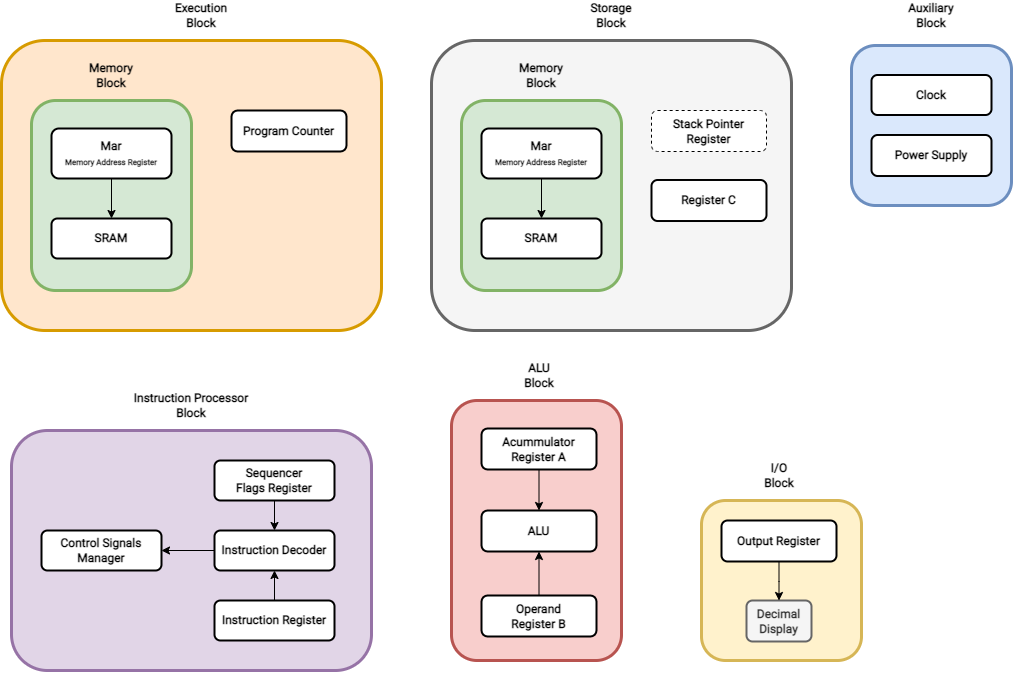
Earlier version of the draw.io export img/mycpu/diagrams/myCPU_functional_blocks_draw.png (mylabpcb/myCPU). Source tidied: cells renumbered, new cells last; positions are measured from the earlier drawing's top-left corner, leaving out a move shared by most shapes.
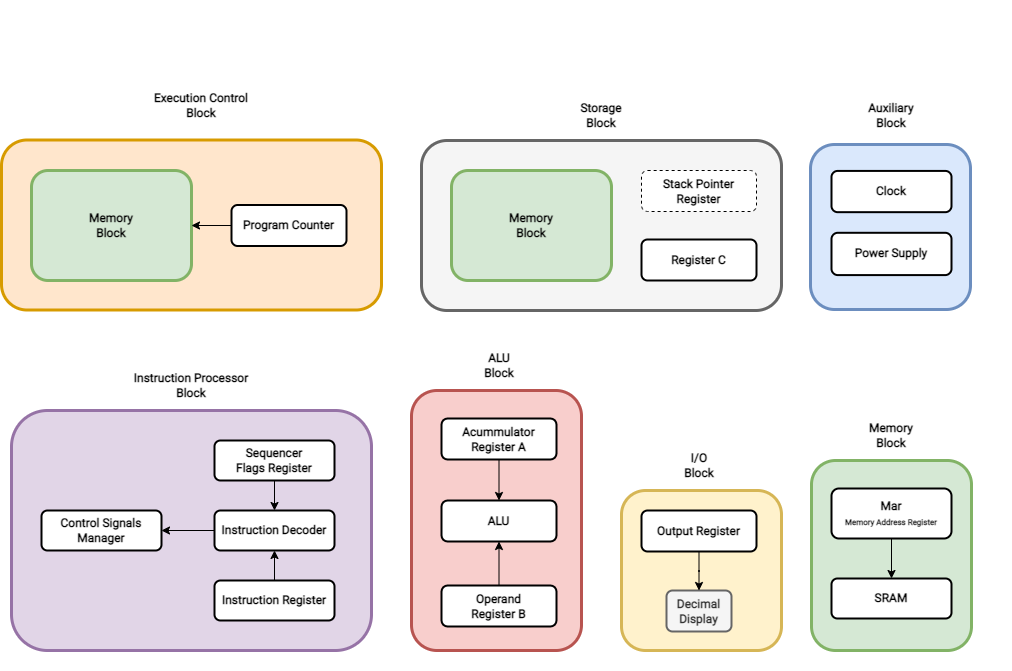
After the change.

Commit message:
Updated mycpu diagrams

Diff of the diagram source:
```diff
@@ -2,10 +2,13 @@
   <root>
     <mxCell id="0" />
     <mxCell id="1" parent="0" />
+    <mxCell id="57" style="group;" parent="1" vertex="1">
+      <mxGeometry y="-20" width="1010" height="670" as="geometry" />
+    </mxCell>
-    <mxCell id="2" style="group;strokeWidth=3;" parent="1" vertex="1">
-      <mxGeometry x="450" y="360" width="170" height="300" as="geometry" />
+    <mxCell id="2" style="group;strokeWidth=3;" parent="57" vertex="1">
+      <mxGeometry x="410" y="350" width="170" height="300" as="geometry" />
     </mxCell>
-    <mxCell id="3" style="rounded=1;whiteSpace=wrap;html=1;fontFamily=Roboto;fontSource=https%3A%2F%2Ffonts.googleapis.com%2Fcss%3Ffamily%3DRoboto;fillColor=#f8cecc;strokeColor=#b85450;strokeWidth=3;" parent="2" vertex="1">
+    <mxCell id="3" style="rounded=1;whiteSpace=wrap;html=1;fontFamily=Roboto;fontSource=https%3A%2F%2Ffonts.googleapis.com%2Fcss%3Ffamily%3DRoboto;strokeWidth=3;fillColor=#f8cecc;strokeColor=#b85450;" parent="2" vertex="1">
       <mxGeometry y="40" width="170" height="260" as="geometry" />
     </mxCell>
     <mxCell id="4" value="Operand&lt;br&gt;Register B" style="rounded=1;whiteSpace=wrap;html=1;fontSize=12;glass=0;strokeWidth=2;shadow=0;fontFamily=Roboto;fontStyle=1;fontSource=https%3A%2F%2Ffonts.googleapis.com%2Fcss%3Ffamily%3DRoboto;" parent="2" vertex="1">
@@ -26,66 +29,8 @@
     <mxCell id="9" value="ALU&lt;br&gt;Block" style="text;html=1;strokeColor=none;fillColor=none;align=center;verticalAlign=middle;whiteSpace=wrap;rounded=0;fontFamily=Roboto;fontSource=https%3A%2F%2Ffonts.googleapis.com%2Fcss%3Ffamily%3DRoboto;fontStyle=1;" parent="2" vertex="1">
       <mxGeometry x="57.5" width="60" height="30" as="geometry" />
     </mxCell>
-    <mxCell id="10" style="group;" parent="1" vertex="1">
-      <mxGeometry x="700" y="460" width="160" height="200" as="geometry" />
-    </mxCell>
-    <mxCell id="11" style="rounded=1;whiteSpace=wrap;html=1;fontFamily=Roboto;fontSource=https%3A%2F%2Ffonts.googleapis.com%2Fcss%3Ffamily%3DRoboto;fillColor=#fff2cc;strokeColor=#d6b656;strokeWidth=3;" parent="10" vertex="1">
-      <mxGeometry y="40" width="160" height="160" as="geometry" />
-    </mxCell>
-    <mxCell id="12" value="Output Register" style="rounded=1;whiteSpace=wrap;html=1;fontSize=12;glass=0;strokeWidth=2;shadow=0;fontFamily=Roboto;fontStyle=1;fontSource=https%3A%2F%2Ffonts.googleapis.com%2Fcss%3Ffamily%3DRoboto;" parent="10" vertex="1">
-      <mxGeometry x="20" y="60" width="115" height="41" as="geometry" />
-    </mxCell>
-    <mxCell id="13" value="Decimal Display" style="rounded=1;whiteSpace=wrap;html=1;fontSize=12;glass=0;strokeWidth=2;shadow=0;fontFamily=Roboto;fontStyle=1;fontSource=https%3A%2F%2Ffonts.googleapis.com%2Fcss%3Ffamily%3DRoboto;fillColor=#f5f5f5;fontColor=#333333;strokeColor=#666666;" parent="10" vertex="1">
-      <mxGeometry x="45" y="140" width="65" height="41" as="geometry" />
-    </mxCell>
-    <mxCell id="14" style="edgeStyle=orthogonalEdgeStyle;rounded=0;jettySize=auto;html=1;fontFamily=Roboto;fontSource=https%3A%2F%2Ffonts.googleapis.com%2Fcss%3Ffamily%3DRoboto;" parent="10" edge="1" source="12" target="13">
-      <mxGeometry relative="1" as="geometry" />
-    </mxCell>
-    <mxCell id="15" value="I/O&lt;br&gt;Block" style="text;html=1;strokeColor=none;fillColor=none;align=center;verticalAlign=middle;whiteSpace=wrap;rounded=0;fontFamily=Roboto;fontSource=https%3A%2F%2Ffonts.googleapis.com%2Fcss%3Ffamily%3DRoboto;fontStyle=1;" parent="10" vertex="1">
-      <mxGeometry x="47.5" width="60" height="30" as="geometry" />
-    </mxCell>
-    <mxCell id="16" style="group;" parent="1" vertex="1">
-      <mxGeometry width="380" height="330" as="geometry" />
-    </mxCell>
-    <mxCell id="17" style="rounded=1;whiteSpace=wrap;html=1;fontFamily=Roboto;fontSource=https%3A%2F%2Ffonts.googleapis.com%2Fcss%3Ffamily%3DRoboto;strokeWidth=3;fillColor=#ffe6cc;strokeColor=#d79b00;" parent="16" vertex="1">
-      <mxGeometry y="40" width="380" height="290" as="geometry" />
-    </mxCell>
-    <mxCell id="18" style="group;strokeWidth=3;" parent="16" vertex="1">
-      <mxGeometry x="30" y="60" width="160" height="230" as="geometry" />
-    </mxCell>
-    <mxCell id="19" style="edgeStyle=orthogonalEdgeStyle;rounded=0;jettySize=auto;html=1;startArrow=oval;fillColor=#d5e8d4;strokeColor=#82b366;entryX=0.5;entryY=0;entryDx=0;entryDy=0;strokeWidth=3;endArrow=block;endFill=1;startFill=1;" parent="18" edge="1" target="23">
-      <mxGeometry relative="1" as="geometry">
-        <mxPoint x="80" y="70" as="sourcePoint" />
-      </mxGeometry>
-    </mxCell>
-    <mxCell id="20" value="Memory&lt;br&gt;Address" style="edgeLabel;html=1;align=center;verticalAlign=middle;fontSize=8;fontFamily=Roboto;fontSource=https%3A%2F%2Ffonts.googleapis.com%2Fcss%3Ffamily%3DRoboto;" parent="19" vertex="1">
-      <mxGeometry x="-0.44" y="-7" relative="1" as="geometry">
-        <mxPoint x="39" y="9" as="offset" />
-      </mxGeometry>
-    </mxCell>
-    <mxCell id="21" style="rounded=1;whiteSpace=wrap;html=1;fillColor=#d5e8d4;strokeColor=#82b366;strokeWidth=3;" parent="18" vertex="1">
-      <mxGeometry y="40" width="160" height="190" as="geometry" />
-    </mxCell>
-    <mxCell id="22" value="Mar&lt;br&gt;&lt;font style=&quot;font-size: 8px&quot;&gt;Memory Address Register&lt;/font&gt;" style="rounded=1;whiteSpace=wrap;fontSize=12;glass=0;strokeWidth=2;shadow=0;fontFamily=Roboto;html=1;fontStyle=1;fontSource=https%3A%2F%2Ffonts.googleapis.com%2Fcss%3Ffamily%3DRoboto;" parent="18" vertex="1">
-      <mxGeometry x="20" y="68" width="120" height="50" as="geometry" />
-    </mxCell>
-    <mxCell id="23" value="SRAM" style="rounded=1;whiteSpace=wrap;html=1;fontSize=12;glass=0;strokeWidth=2;shadow=0;fontFamily=Roboto;fontStyle=1;fontSource=https%3A%2F%2Ffonts.googleapis.com%2Fcss%3Ffamily%3DRoboto;" parent="18" vertex="1">
-      <mxGeometry x="20" y="158" width="120" height="40" as="geometry" />
-    </mxCell>
-    <mxCell id="24" style="edgeStyle=orthogonalEdgeStyle;rounded=0;jettySize=auto;html=1;" parent="18" edge="1" source="22" target="23">
-      <mxGeometry relative="1" as="geometry" />
-    </mxCell>
-    <mxCell id="25" value="Memory&lt;br&gt;Block" style="text;html=1;strokeColor=none;fillColor=none;align=center;verticalAlign=middle;whiteSpace=wrap;rounded=0;fontFamily=Roboto;fontSource=https%3A%2F%2Ffonts.googleapis.com%2Fcss%3Ffamily%3DRoboto;fontStyle=1;" parent="18" vertex="1">
-      <mxGeometry x="50" width="60" height="30" as="geometry" />
-    </mxCell>
-    <mxCell id="26" value="Program Counter" style="rounded=1;whiteSpace=wrap;html=1;fontSize=12;glass=0;strokeWidth=2;shadow=0;fontFamily=Roboto;fontStyle=1;fontSource=https%3A%2F%2Ffonts.googleapis.com%2Fcss%3Ffamily%3DRoboto;" parent="16" vertex="1">
-      <mxGeometry x="230" y="110" width="115" height="41" as="geometry" />
-    </mxCell>
-    <mxCell id="27" value="Execution&lt;br&gt;Block" style="text;html=1;strokeColor=none;fillColor=none;align=center;verticalAlign=middle;whiteSpace=wrap;rounded=0;fontFamily=Roboto;fontSource=https%3A%2F%2Ffonts.googleapis.com%2Fcss%3Ffamily%3DRoboto;fontStyle=1;" parent="16" vertex="1">
-      <mxGeometry x="130" width="140" height="30" as="geometry" />
-    </mxCell>
-    <mxCell id="28" style="group;" parent="1" vertex="1">
-      <mxGeometry x="10" y="390" width="360" height="280" as="geometry" />
+    <mxCell id="28" style="group;" parent="57" vertex="1">
+      <mxGeometry x="10" y="370" width="360" height="280" as="geometry" />
     </mxCell>
     <mxCell id="29" style="rounded=1;whiteSpace=wrap;html=1;fontFamily=Roboto;fontSource=https%3A%2F%2Ffonts.googleapis.com%2Fcss%3Ffamily%3DRoboto;strokeWidth=3;fillColor=#e1d5e7;strokeColor=#9673a6;" parent="28" vertex="1">
       <mxGeometry y="40" width="360" height="240" as="geometry" />
@@ -114,66 +59,105 @@
     <mxCell id="37" value="Instruction Processor Block" style="text;html=1;strokeColor=none;fillColor=none;align=center;verticalAlign=middle;whiteSpace=wrap;rounded=0;fontFamily=Roboto;fontSource=https%3A%2F%2Ffonts.googleapis.com%2Fcss%3Ffamily%3DRoboto;fontStyle=1;" parent="28" vertex="1">
       <mxGeometry x="110" width="140" height="30" as="geometry" />
     </mxCell>
-    <mxCell id="38" style="group;" parent="1" vertex="1">
-      <mxGeometry x="430" width="360" height="360" as="geometry" />
-    </mxCell>
-    <mxCell id="39" style="rounded=1;whiteSpace=wrap;html=1;fontFamily=Roboto;fontSource=https%3A%2F%2Ffonts.googleapis.com%2Fcss%3Ffamily%3DRoboto;strokeWidth=3;fillColor=#f5f5f5;fontColor=#333333;strokeColor=#666666;" parent="38" vertex="1">
-      <mxGeometry y="40" width="360" height="290" as="geometry" />
-    </mxCell>
-    <mxCell id="40" value="Register C" style="rounded=1;whiteSpace=wrap;html=1;fontSize=12;glass=0;strokeWidth=2;shadow=0;fontFamily=Roboto;fontStyle=1;fontSource=https%3A%2F%2Ffonts.googleapis.com%2Fcss%3Ffamily%3DRoboto;" parent="38" vertex="1">
-      <mxGeometry x="220" y="179.5" width="115" height="41" as="geometry" />
-    </mxCell>
-    <mxCell id="41" value="Stack Pointer Register" style="rounded=1;whiteSpace=wrap;html=1;fontSize=12;glass=0;strokeWidth=1;shadow=0;fontFamily=Roboto;fontStyle=1;fontSource=https%3A%2F%2Ffonts.googleapis.com%2Fcss%3Ffamily%3DRoboto;dashed=1;" parent="38" vertex="1">
-      <mxGeometry x="220" y="110" width="115" height="41" as="geometry" />
-    </mxCell>
-    <mxCell id="42" value="Storage&lt;br&gt;Block" style="text;html=1;strokeColor=none;fillColor=none;align=center;verticalAlign=middle;whiteSpace=wrap;rounded=0;fontFamily=Roboto;fontSource=https%3A%2F%2Ffonts.googleapis.com%2Fcss%3Ffamily%3DRoboto;fontStyle=1;" parent="38" vertex="1">
-      <mxGeometry x="110" width="140" height="30" as="geometry" />
-    </mxCell>
-    <mxCell id="43" style="group;strokeWidth=3;" parent="38" vertex="1">
-      <mxGeometry x="30" y="60" width="160" height="230" as="geometry" />
-    </mxCell>
-    <mxCell id="44" style="edgeStyle=orthogonalEdgeStyle;rounded=0;jettySize=auto;html=1;startArrow=oval;fillColor=#d5e8d4;strokeColor=#82b366;entryX=0.5;entryY=0;entryDx=0;entryDy=0;strokeWidth=3;endArrow=block;endFill=1;startFill=1;" parent="43" edge="1" target="48">
-      <mxGeometry relative="1" as="geometry">
-        <mxPoint x="80" y="70" as="sourcePoint" />
-      </mxGeometry>
-    </mxCell>
-    <mxCell id="45" value="Memory&lt;br&gt;Address" style="edgeLabel;html=1;align=center;verticalAlign=middle;fontSize=8;fontFamily=Roboto;fontSource=https%3A%2F%2Ffonts.googleapis.com%2Fcss%3Ffamily%3DRoboto;" parent="44" vertex="1">
-      <mxGeometry x="-0.44" y="-7" relative="1" as="geometry">
-        <mxPoint x="39" y="9" as="offset" />
-      </mxGeometry>
-    </mxCell>
-    <mxCell id="46" style="rounded=1;whiteSpace=wrap;html=1;fillColor=#d5e8d4;strokeColor=#82b366;strokeWidth=3;" parent="43" vertex="1">
-      <mxGeometry y="40" width="160" height="190" as="geometry" />
-    </mxCell>
-    <mxCell id="47" value="Mar&lt;br&gt;&lt;font style=&quot;font-size: 8px&quot;&gt;Memory Address Register&lt;/font&gt;" style="rounded=1;whiteSpace=wrap;fontSize=12;glass=0;strokeWidth=2;shadow=0;fontFamily=Roboto;html=1;fontStyle=1;fontSource=https%3A%2F%2Ffonts.googleapis.com%2Fcss%3Ffamily%3DRoboto;" parent="43" vertex="1">
-      <mxGeometry x="20" y="68" width="120" height="50" as="geometry" />
-    </mxCell>
-    <mxCell id="48" value="SRAM" style="rounded=1;whiteSpace=wrap;html=1;fontSize=12;glass=0;strokeWidth=2;shadow=0;fontFamily=Roboto;fontStyle=1;fontSource=https%3A%2F%2Ffonts.googleapis.com%2Fcss%3Ffamily%3DRoboto;" parent="43" vertex="1">
-      <mxGeometry x="20" y="158" width="120" height="40" as="geometry" />
-    </mxCell>
-    <mxCell id="49" style="edgeStyle=orthogonalEdgeStyle;rounded=0;jettySize=auto;html=1;" parent="43" edge="1" source="47" target="48">
-      <mxGeometry relative="1" as="geometry" />
-    </mxCell>
-    <mxCell id="50" value="Memory&lt;br&gt;Block" style="text;html=1;strokeColor=none;fillColor=none;align=center;verticalAlign=middle;whiteSpace=wrap;rounded=0;fontFamily=Roboto;fontSource=https%3A%2F%2Ffonts.googleapis.com%2Fcss%3Ffamily%3DRoboto;fontStyle=1;" parent="43" vertex="1">
-      <mxGeometry x="50" width="60" height="30" as="geometry" />
-    </mxCell>
-    <mxCell id="51" style="group;" parent="1" vertex="1">
-      <mxGeometry x="850" width="160" height="205" as="geometry" />
+    <mxCell id="51" style="group;" parent="57" vertex="1">
+      <mxGeometry x="810" y="100" width="160" height="205" as="geometry" />
     </mxCell>
     <mxCell id="52" style="group;strokeWidth=3;" parent="51" vertex="1">
-      <mxGeometry y="45" width="160" height="160" as="geometry" />
+      <mxGeometry y="40" width="160" height="165" as="geometry" />
     </mxCell>
     <mxCell id="53" style="rounded=1;whiteSpace=wrap;html=1;fontFamily=Roboto;fontSource=https%3A%2F%2Ffonts.googleapis.com%2Fcss%3Ffamily%3DRoboto;fillColor=#dae8fc;strokeColor=#6c8ebf;strokeWidth=3;" parent="52" vertex="1">
-      <mxGeometry width="160" height="160" as="geometry" />
+      <mxGeometry x="-1" y="4" width="160" height="165" as="geometry" />
     </mxCell>
     <mxCell id="54" value="Power Supply" style="rounded=1;whiteSpace=wrap;html=1;fontSize=12;glass=0;strokeWidth=2;shadow=0;fontFamily=Roboto;fontStyle=1;fontSource=https%3A%2F%2Ffonts.googleapis.com%2Fcss%3Ffamily%3DRoboto;" parent="52" vertex="1">
-      <mxGeometry x="20" y="89.5" width="120" height="41" as="geometry" />
+      <mxGeometry x="20" y="92.3" width="120" height="42.3" as="geometry" />
     </mxCell>
     <mxCell id="55" value="Clock" style="rounded=1;whiteSpace=wrap;html=1;fontSize=12;glass=0;strokeWidth=2;shadow=0;fontFamily=Roboto;fontStyle=1;fontSource=https%3A%2F%2Ffonts.googleapis.com%2Fcss%3Ffamily%3DRoboto;" parent="52" vertex="1">
-      <mxGeometry x="20" y="29.5" width="120" height="40" as="geometry" />
+      <mxGeometry x="20" y="30.4" width="120" height="41.2" as="geometry" />
     </mxCell>
     <mxCell id="56" value="Auxiliary&lt;br&gt;Block" style="text;html=1;strokeColor=none;fillColor=none;align=center;verticalAlign=middle;whiteSpace=wrap;rounded=0;fontFamily=Roboto;fontSource=https%3A%2F%2Ffonts.googleapis.com%2Fcss%3Ffamily%3DRoboto;fontStyle=1;" parent="51" vertex="1">
       <mxGeometry x="10" width="140" height="30" as="geometry" />
     </mxCell>
+    <mxCell id="10" style="group;" parent="57" vertex="1">
+      <mxGeometry x="620" y="450" width="160" height="200" as="geometry" />
+    </mxCell>
+    <mxCell id="11" style="rounded=1;whiteSpace=wrap;html=1;fontFamily=Roboto;fontSource=https%3A%2F%2Ffonts.googleapis.com%2Fcss%3Ffamily%3DRoboto;fillColor=#fff2cc;strokeColor=#d6b656;strokeWidth=3;" parent="10" vertex="1">
+      <mxGeometry y="40" width="160" height="160" as="geometry" />
+    </mxCell>
+    <mxCell id="12" value="Output Register" style="rounded=1;whiteSpace=wrap;html=1;fontSize=12;glass=0;strokeWidth=2;shadow=0;fontFamily=Roboto;fontStyle=1;fontSource=https%3A%2F%2Ffonts.googleapis.com%2Fcss%3Ffamily%3DRoboto;" parent="10" vertex="1">
+      <mxGeometry x="20" y="60" width="115" height="41" as="geometry" />
+    </mxCell>
+    <mxCell id="13" value="Decimal Display" style="rounded=1;whiteSpace=wrap;html=1;fontSize=12;glass=0;strokeWidth=2;shadow=0;fontFamily=Roboto;fontStyle=1;fontSource=https%3A%2F%2Ffonts.googleapis.com%2Fcss%3Ffamily%3DRoboto;fillColor=#f5f5f5;fontColor=#333333;strokeColor=#666666;" parent="10" vertex="1">
+      <mxGeometry x="45" y="140" width="65" height="41" as="geometry" />
+    </mxCell>
+    <mxCell id="14" style="edgeStyle=orthogonalEdgeStyle;rounded=0;jettySize=auto;html=1;fontFamily=Roboto;fontSource=https%3A%2F%2Ffonts.googleapis.com%2Fcss%3Ffamily%3DRoboto;" parent="10" edge="1" source="12" target="13">
+      <mxGeometry relative="1" as="geometry" />
+    </mxCell>
+    <mxCell id="15" value="I/O&lt;br&gt;Block" style="text;html=1;strokeColor=none;fillColor=none;align=center;verticalAlign=middle;whiteSpace=wrap;rounded=0;fontFamily=Roboto;fontSource=https%3A%2F%2Ffonts.googleapis.com%2Fcss%3Ffamily%3DRoboto;fontStyle=1;" parent="10" vertex="1">
+      <mxGeometry x="47.5" width="60" height="30" as="geometry" />
+    </mxCell>
+    <mxCell id="58" style="group;strokeWidth=3;" parent="57" vertex="1">
+      <mxGeometry x="810" y="420" width="160" height="230" as="geometry" />
+    </mxCell>
+    <mxCell id="59" style="edgeStyle=orthogonalEdgeStyle;rounded=0;jettySize=auto;html=1;startArrow=oval;fillColor=#d5e8d4;strokeColor=#82b366;entryX=0.5;entryY=0;entryDx=0;entryDy=0;strokeWidth=3;endArrow=block;endFill=1;startFill=1;" parent="58" edge="1" target="62">
+      <mxGeometry relative="1" as="geometry">
+        <mxPoint x="80" y="70" as="sourcePoint" />
+      </mxGeometry>
+    </mxCell>
+    <mxCell id="60" value="Memory&lt;br&gt;Address" style="edgeLabel;html=1;align=center;verticalAlign=middle;fontSize=8;fontFamily=Roboto;fontSource=https%3A%2F%2Ffonts.googleapis.com%2Fcss%3Ffamily%3DRoboto;" parent="59" vertex="1">
+      <mxGeometry x="-0.44" y="-7" relative="1" as="geometry">
+        <mxPoint x="39" y="9" as="offset" />
+      </mxGeometry>
+    </mxCell>
+    <mxCell id="46" style="rounded=1;whiteSpace=wrap;html=1;fillColor=#d5e8d4;strokeColor=#82b366;strokeWidth=3;" parent="58" vertex="1">
+      <mxGeometry y="40" width="160" height="190" as="geometry" />
+    </mxCell>
+    <mxCell id="61" value="Mar&lt;br&gt;&lt;font style=&quot;font-size: 8px&quot;&gt;Memory Address Register&lt;/font&gt;" style="rounded=1;whiteSpace=wrap;fontSize=12;glass=0;strokeWidth=2;shadow=0;fontFamily=Roboto;html=1;fontStyle=1;fontSource=https%3A%2F%2Ffonts.googleapis.com%2Fcss%3Ffamily%3DRoboto;" parent="58" vertex="1">
+      <mxGeometry x="20" y="68" width="120" height="50" as="geometry" />
+    </mxCell>
+    <mxCell id="62" value="SRAM" style="rounded=1;whiteSpace=wrap;html=1;fontSize=12;glass=0;strokeWidth=2;shadow=0;fontFamily=Roboto;fontStyle=1;fontSource=https%3A%2F%2Ffonts.googleapis.com%2Fcss%3Ffamily%3DRoboto;" parent="58" vertex="1">
+      <mxGeometry x="20" y="158" width="120" height="40" as="geometry" />
+    </mxCell>
+    <mxCell id="63" style="edgeStyle=orthogonalEdgeStyle;rounded=0;jettySize=auto;html=1;" parent="58" edge="1" source="61" target="62">
+      <mxGeometry relative="1" as="geometry" />
+    </mxCell>
+    <mxCell id="64" value="Memory&lt;br&gt;Block" style="text;html=1;strokeColor=none;fillColor=none;align=center;verticalAlign=middle;whiteSpace=wrap;rounded=0;fontFamily=Roboto;fontSource=https%3A%2F%2Ffonts.googleapis.com%2Fcss%3Ffamily%3DRoboto;fontStyle=1;" parent="58" vertex="1">
+      <mxGeometry x="50" width="60" height="30" as="geometry" />
+    </mxCell>
+    <mxCell id="65" style="group;" parent="57" vertex="1">
+      <mxGeometry y="89.5" width="380" height="220" as="geometry" />
+    </mxCell>
+    <mxCell id="17" style="rounded=1;whiteSpace=wrap;html=1;fontFamily=Roboto;fontSource=https%3A%2F%2Ffonts.googleapis.com%2Fcss%3Ffamily%3DRoboto;strokeWidth=3;fillColor=#ffe6cc;strokeColor=#d79b00;" parent="65" vertex="1">
+      <mxGeometry y="50" width="380" height="170" as="geometry" />
+    </mxCell>
+    <mxCell id="26" value="Program Counter" style="rounded=1;whiteSpace=wrap;html=1;fontSize=12;glass=0;strokeWidth=2;shadow=0;fontFamily=Roboto;fontStyle=1;fontSource=https%3A%2F%2Ffonts.googleapis.com%2Fcss%3Ffamily%3DRoboto;" parent="65" vertex="1">
+      <mxGeometry x="230" y="115" width="115" height="41" as="geometry" />
+    </mxCell>
+    <mxCell id="27" value="Execution Control&lt;br&gt;Block" style="text;html=1;strokeColor=none;fillColor=none;align=center;verticalAlign=middle;whiteSpace=wrap;rounded=0;fontFamily=Roboto;fontSource=https%3A%2F%2Ffonts.googleapis.com%2Fcss%3Ffamily%3DRoboto;fontStyle=1;" parent="65" vertex="1">
+      <mxGeometry x="130" width="140" height="30" as="geometry" />
+    </mxCell>
+    <mxCell id="21" value="Memory&lt;br&gt;Block" style="rounded=1;whiteSpace=wrap;html=1;fillColor=#d5e8d4;strokeColor=#82b366;strokeWidth=3;fontFamily=Roboto;fontSource=https%3A%2F%2Ffonts.googleapis.com%2Fcss%3Ffamily%3DRoboto;fontStyle=1;" parent="65" vertex="1">
+      <mxGeometry x="30" y="80.5" width="160" height="110" as="geometry" />
+    </mxCell>
+    <mxCell id="66" style="edgeStyle=orthogonalEdgeStyle;rounded=0;jettySize=auto;html=1;fontFamily=Roboto;fontSource=https%3A%2F%2Ffonts.googleapis.com%2Fcss%3Ffamily%3DRoboto;" parent="65" edge="1" source="26" target="21">
+      <mxGeometry relative="1" as="geometry" />
+    </mxCell>
+    <mxCell id="67" style="group;" parent="57" vertex="1">
+      <mxGeometry x="420" y="100" width="360" height="210" as="geometry" />
+    </mxCell>
+    <mxCell id="39" style="rounded=1;whiteSpace=wrap;html=1;fontFamily=Roboto;fontSource=https%3A%2F%2Ffonts.googleapis.com%2Fcss%3Ffamily%3DRoboto;strokeWidth=3;fillColor=#f5f5f5;fontColor=#333333;strokeColor=#666666;" parent="67" vertex="1">
+      <mxGeometry y="40" width="360" height="170" as="geometry" />
+    </mxCell>
+    <mxCell id="40" value="Register C" style="rounded=1;whiteSpace=wrap;html=1;fontSize=12;glass=0;strokeWidth=2;shadow=0;fontFamily=Roboto;fontStyle=1;fontSource=https%3A%2F%2Ffonts.googleapis.com%2Fcss%3Ffamily%3DRoboto;" parent="67" vertex="1">
+      <mxGeometry x="220" y="139" width="115" height="41" as="geometry" />
+    </mxCell>
+    <mxCell id="41" value="Stack Pointer Register" style="rounded=1;whiteSpace=wrap;html=1;fontSize=12;glass=0;strokeWidth=1;shadow=0;fontFamily=Roboto;fontStyle=1;fontSource=https%3A%2F%2Ffonts.googleapis.com%2Fcss%3Ffamily%3DRoboto;dashed=1;" parent="67" vertex="1">
+      <mxGeometry x="220" y="70" width="115" height="41" as="geometry" />
+    </mxCell>
+    <mxCell id="42" value="Storage&lt;br&gt;Block" style="text;html=1;strokeColor=none;fillColor=none;align=center;verticalAlign=middle;whiteSpace=wrap;rounded=0;fontFamily=Roboto;fontSource=https%3A%2F%2Ffonts.googleapis.com%2Fcss%3Ffamily%3DRoboto;fontStyle=1;" parent="67" vertex="1">
+      <mxGeometry x="110" width="140" height="30" as="geometry" />
+    </mxCell>
+    <mxCell id="68" value="Memory&lt;br&gt;Block" style="rounded=1;whiteSpace=wrap;html=1;fillColor=#d5e8d4;strokeColor=#82b366;strokeWidth=3;fontFamily=Roboto;fontSource=https%3A%2F%2Ffonts.googleapis.com%2Fcss%3Ffamily%3DRoboto;fontStyle=1;" parent="67" vertex="1">
+      <mxGeometry x="30" y="70" width="160" height="110" as="geometry" />
+    </mxCell>
   </root>
 </mxGraphModel>
```
